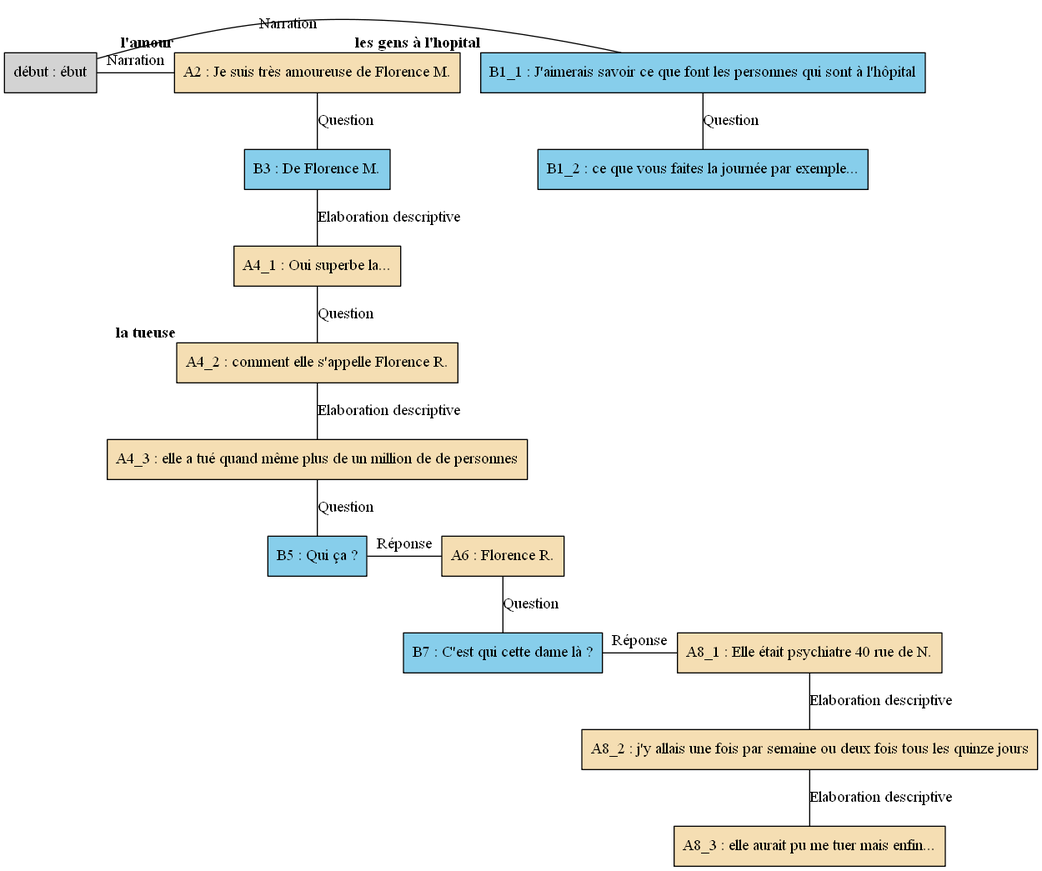
Before: arbres/Florence/Florence_-_E13.gv.png, a diagram exported from Graphviz (AlaixComet/AnnotationSlamPTut). Its source is kept beside it as arbres/Florence/Florence_-_E13.gv.
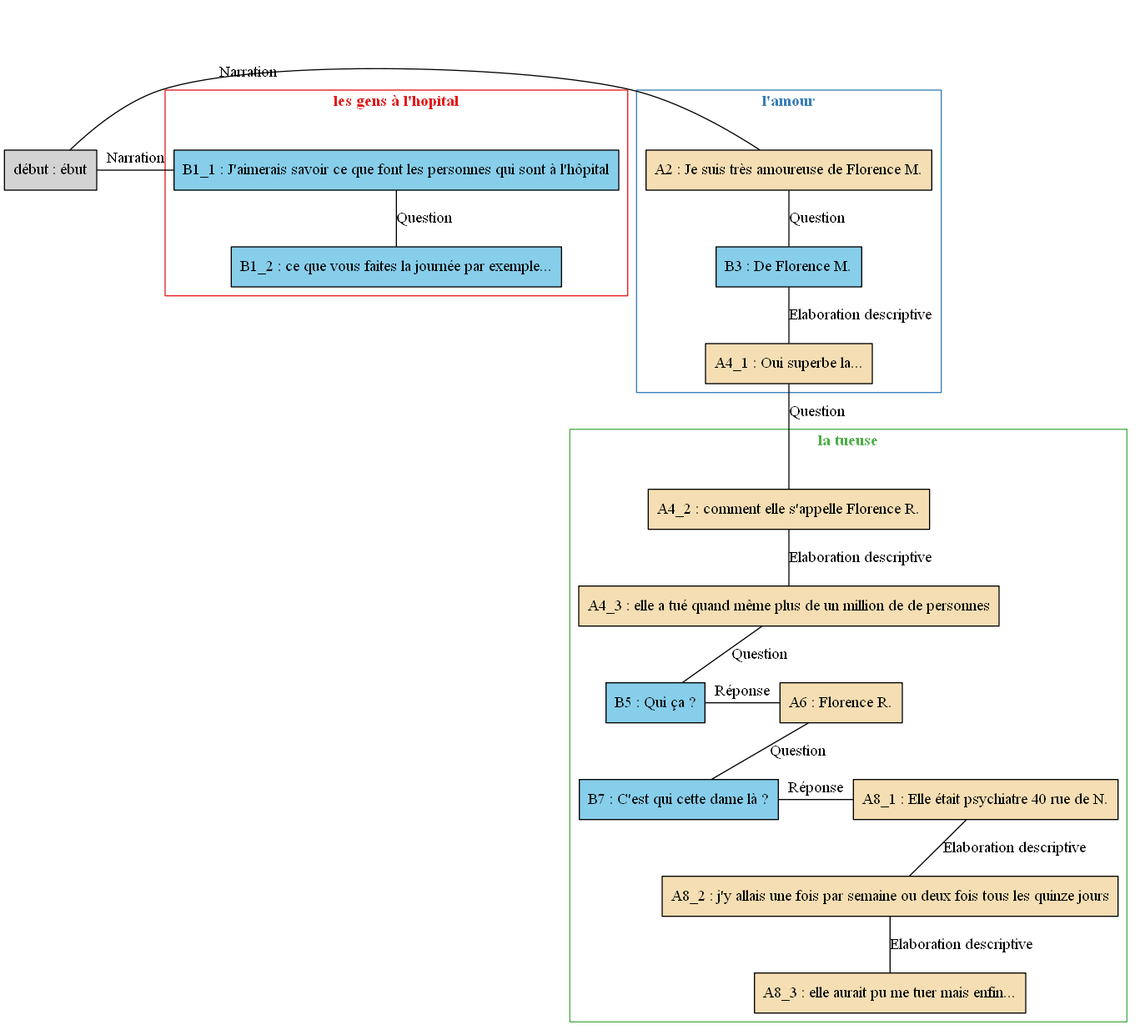
After the commit.

What changed in the source:
```diff
@@ -1,50 +1,68 @@
 digraph E13 {
 	node [shape=box style=filled]
-	"début" [label="début : ébut" xlabel=""]
-	B1_1 [label="B1_1 : J'aimerais savoir ce que font les personnes qui sont à l'hôpital" fillcolor=skyblue xlabel=<<B>les gens à l'hopital</B>>]
-	B1_2 [label="B1_2 : ce que vous faites la journée par exemple..." fillcolor=skyblue xlabel=""]
-	A2 [label="A2 : Je suis très amoureuse de Florence M." fillcolor=wheat xlabel=<<B>l'amour</B>>]
-	B3 [label="B3 : De Florence M." fillcolor=skyblue xlabel=""]
-	A4_1 [label="A4_1 : Oui superbe la..." fillcolor=wheat xlabel=""]
-	A4_2 [label="A4_2 : comment elle s'appelle Florence R." fillcolor=wheat xlabel=<<B>la tueuse</B>>]
-	A4_3 [label="A4_3 : elle a tué quand même plus de un million de de personnes" fillcolor=wheat xlabel=""]
-	B5 [label="B5 : Qui ça ?" fillcolor=skyblue xlabel=""]
-	A6 [label="A6 : Florence R." fillcolor=wheat xlabel=""]
-	B7 [label="B7 : C'est qui cette dame là ?" fillcolor=skyblue xlabel=""]
-	A8_1 [label="A8_1 : Elle était psychiatre 40 rue de N." fillcolor=wheat xlabel=""]
-	A8_2 [label="A8_2 : j'y allais une fois par semaine ou deux fois tous les quinze jours" fillcolor=wheat xlabel=""]
-	A8_3 [label="A8_3 : elle aurait pu me tuer mais enfin..." fillcolor=wheat xlabel=""]
-	{
-		rank=same
-		"début"
+	newrank=true
+	zero [style=invis]
+	"début" [label="début : ébut"]
+	B1_1 [label="B1_1 : J'aimerais savoir ce que font les personnes qui sont à l'hôpital" fillcolor=skyblue]
+	B1_2 [label="B1_2 : ce que vous faites la journée par exemple..." fillcolor=skyblue]
+	A2 [label="A2 : Je suis très amoureuse de Florence M." fillcolor=wheat]
+	B3 [label="B3 : De Florence M." fillcolor=skyblue]
+	A4_1 [label="A4_1 : Oui superbe la..." fillcolor=wheat]
+	A4_2 [label="A4_2 : comment elle s'appelle Florence R." fillcolor=wheat]
+	A4_3 [label="A4_3 : elle a tué quand même plus de un million de de personnes" fillcolor=wheat]
+	B5 [label="B5 : Qui ça ?" fillcolor=skyblue]
+	A6 [label="A6 : Florence R." fillcolor=wheat]
+	B7 [label="B7 : C'est qui cette dame là ?" fillcolor=skyblue]
+	A8_1 [label="A8_1 : Elle était psychiatre 40 rue de N." fillcolor=wheat]
+	A8_2 [label="A8_2 : j'y allais une fois par semaine ou deux fois tous les quinze jours" fillcolor=wheat]
+	A8_3 [label="A8_3 : elle aurait pu me tuer mais enfin..." fillcolor=wheat]
+	zero -> "début" [label="" style=invis]
+	zero -> B1_1 [style=invis weight=1]
+	"début" -> B1_1 [label=Narration constraint=false dir=none]
+	B1_1 -> B1_2 [label=Question dir=none weight=2]
+	A2 -> B3 [label=Question dir=none weight=2]
+	zero -> A2 [style=invis weight=1]
+	"début" -> A2 [label=Narration constraint=false dir=none]
+	B3 -> A4_1 [label="Elaboration descriptive" dir=none weight=2]
+	A4_1 -> A4_2 [label=Question dir=none weight=2]
+	A4_2 -> A4_3 [label="Elaboration descriptive" dir=none weight=2]
+	A4_3 -> B5 [label=Question dir=none weight=2]
+	A4_3 -> A6 [style=invis weight=1]
+	B5 -> A6 [label="Réponse" constraint=false dir=none]
+	A6 -> B7 [label=Question dir=none weight=2]
+	A6 -> A8_1 [style=invis weight=1]
+	B7 -> A8_1 [label="Réponse" constraint=false dir=none]
+	A8_1 -> A8_2 [label="Elaboration descriptive" dir=none weight=2]
+	A8_2 -> A8_3 [label="Elaboration descriptive" dir=none weight=2]
+	subgraph cluster_1 {
+		label=<<B>les gens à l'hopital</B>>
+		colorscheme=set19
+		color=1
+		fontcolor=1
 		B1_1
-		"début" -> B1_1 [label=Narration dir=none]
+		B1_2
 	}
-	B1_1 -> B1_2 [label=Question dir=none]
-	A2 -> B3 [label=Question dir=none]
-	{
-		rank=same
-		"début"
+	subgraph cluster_2 {
+		label=<<B>l'amour</B>>
+		colorscheme=set19
+		color=2
+		fontcolor=2
 		A2
-		"début" -> A2 [label=Narration dir=none]
+		B3
+		A4_1
 	}
-	B3 -> A4_1 [label="Elaboration descriptive" dir=none]
-	A4_1 -> A4_2 [label=Question dir=none]
-	A4_2 -> A4_3 [label="Elaboration descriptive" dir=none]
-	A4_3 -> B5 [label=Question dir=none]
-	{
-		rank=same
+	subgraph cluster_3 {
+		label=<<B>la tueuse</B>>
+		colorscheme=set19
+		color=3
+		fontcolor=3
+		A4_2
+		A4_3
 		B5
 		A6
-		B5 -> A6 [label="Réponse" dir=none]
-	}
-	A6 -> B7 [label=Question dir=none]
-	{
-		rank=same
 		B7
 		A8_1
-		B7 -> A8_1 [label="Réponse" dir=none]
+		A8_2
+		A8_3
 	}
-	A8_1 -> A8_2 [label="Elaboration descriptive" dir=none]
-	A8_2 -> A8_3 [label="Elaboration descriptive" dir=none]
 }
```
